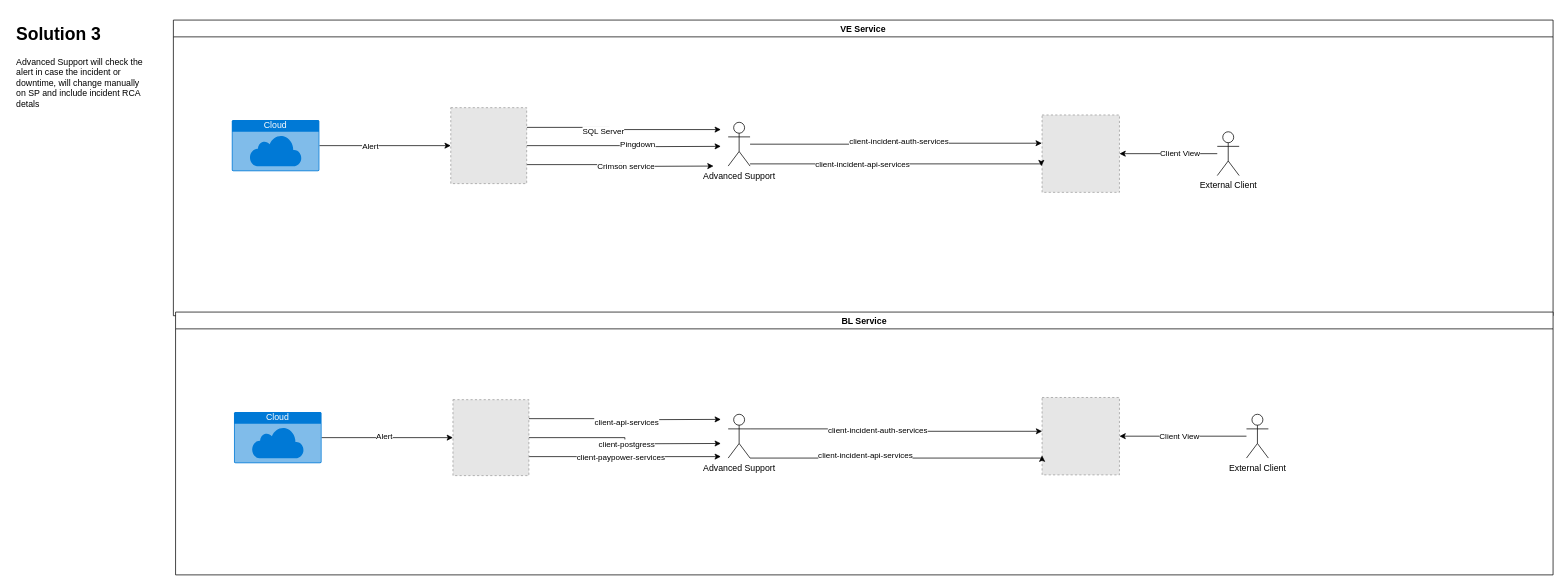
This is page "Solution 3" (4 of 4) of IssuePDMetricsPTY.drawio from LucasLeiteCesar/DrawArch, a draw.io file, before an edit. Source tidied: cells renumbered, new cells numbered last; positions are measured from the earlier drawing's top-left corner, leaving out a move shared by most shapes. Both pictures are drawn from the tidied source at 73%, with x=0, y=0 at pixel (12, 20). Pictures stored in the file or linked from it are replaced by grey dashed boxes.
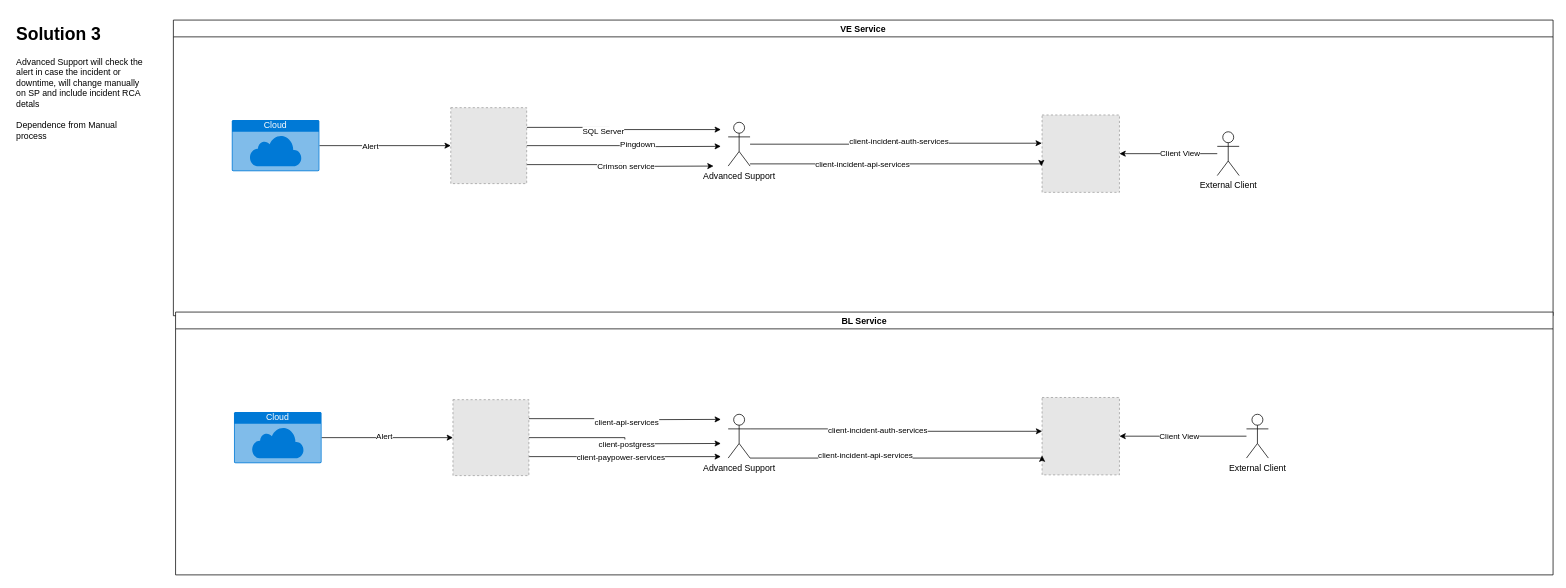
Above is the later version.

The edit, as a diff of the source:
```diff
@@
-    <mxCell id="43" value="&lt;h1&gt;Solution 3&lt;br&gt;&lt;/h1&gt;&lt;div&gt;Advanced Support will check the alert in case the incident or downtime, will change manually on SP and include incident RCA detals&lt;br&gt;&lt;/div&gt;" style="text;html=1;strokeColor=none;fillColor=none;spacing=5;spacingTop=-20;whiteSpace=wrap;overflow=hidden;rounded=0;" parent="1" vertex="1">
+    <mxCell id="43" value="&lt;h1&gt;Solution 3&lt;br&gt;&lt;/h1&gt;&lt;div&gt;Advanced Support will check the alert in case the incident or downtime, will change manually on SP and include incident RCA detals&lt;/div&gt;&lt;div&gt;&lt;br&gt;&lt;/div&gt;&lt;div&gt;Dependence from Manual process&lt;/div&gt;" style="text;html=1;strokeColor=none;fillColor=none;spacing=5;spacingTop=-20;whiteSpace=wrap;overflow=hidden;rounded=0;" parent="1" vertex="1">
       <mxGeometry width="190" height="260" as="geometry" />
     </mxCell>
```
